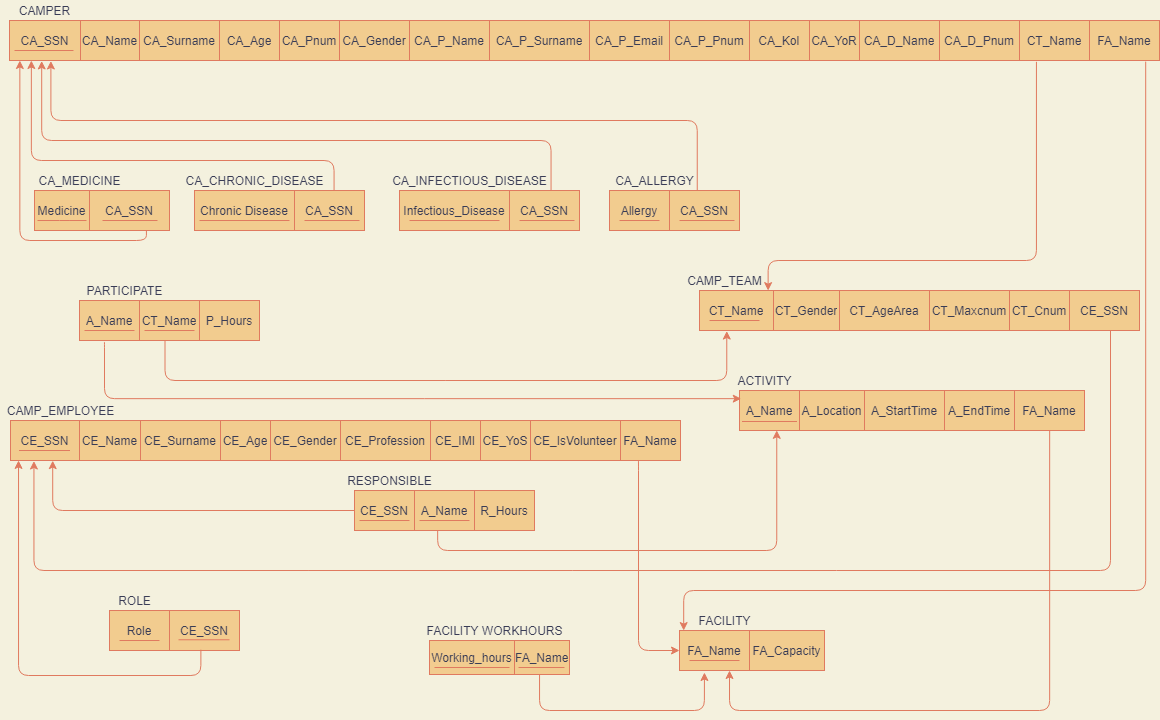
This is Documentation/Relational_Data_Model.png from Sta8is/hacker-camp, a draw.io export, as it was before one commit. Source tidied: cells renumbered, new cells last; positions are measured from the earlier drawing's top-left corner, leaving out a move shared by most shapes.
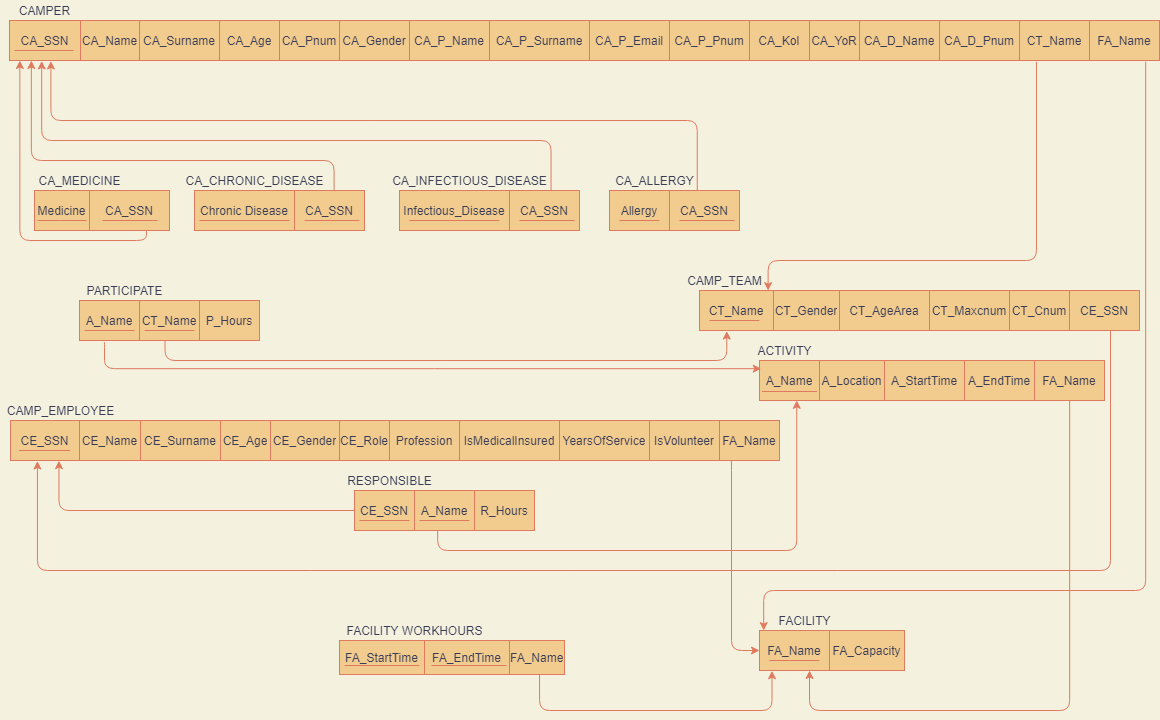
The same file after the commit.

What changed in the source:
```diff
@@ -36,7 +36,7 @@
       </mxGeometry>
     </mxCell>
     <mxCell id="12" style="shape=table;html=1;whiteSpace=wrap;startSize=0;fillColor=#F2CC8F;strokeColor=#E07A5F;fontColor=#393C56;" parent="1" vertex="1">
-      <mxGeometry x="679" y="630" width="145" height="40" as="geometry" />
+      <mxGeometry x="759" y="630" width="145" height="40" as="geometry" />
     </mxCell>
     <mxCell id="13" style="shape=partialRectangle;html=1;whiteSpace=wrap;fillColor=none;top=0;left=0;bottom=0;right=0;points=[[0,0.5],[1,0.5]];portConstraint=eastwest;strokeColor=#E07A5F;fontColor=#393C56;" parent="12" vertex="1">
       <mxGeometry width="145" height="40" as="geometry" />
@@ -48,34 +48,22 @@
       <mxGeometry x="70" width="75" height="40" as="geometry" />
     </mxCell>
     <mxCell id="16" value="FACILITY" style="text;html=1;align=center;verticalAlign=middle;fontColor=#393C56;" parent="1" vertex="1">
-      <mxGeometry x="689" y="610" width="70" height="20" as="geometry" />
+      <mxGeometry x="769" y="610" width="70" height="20" as="geometry" />
     </mxCell>
     <mxCell id="17" style="endArrow=none;html=1;labelBackgroundColor=#F4F1DE;strokeColor=#E07A5F;fontColor=#393C56;" parent="1" edge="1">
       <mxGeometry relative="1" as="geometry">
-        <mxPoint x="689" y="660" as="sourcePoint" />
-        <mxPoint x="739" y="660" as="targetPoint" />
+        <mxPoint x="769" y="660" as="sourcePoint" />
+        <mxPoint x="819" y="660" as="targetPoint" />
       </mxGeometry>
     </mxCell>
-    <mxCell id="18" style="shape=table;html=1;whiteSpace=wrap;startSize=0;fillColor=#F2CC8F;strokeColor=#E07A5F;fontColor=#393C56;" parent="1" vertex="1">
-      <mxGeometry x="429" y="640" width="140" height="34" as="geometry" />
-    </mxCell>
-    <mxCell id="19" style="shape=partialRectangle;html=1;whiteSpace=wrap;fillColor=none;top=0;left=0;bottom=0;right=0;points=[[0,0.5],[1,0.5]];portConstraint=eastwest;strokeColor=#E07A5F;fontColor=#393C56;" parent="18" vertex="1">
-      <mxGeometry width="140" height="34" as="geometry" />
-    </mxCell>
-    <mxCell id="20" value="Working_hours" style="shape=partialRectangle;html=1;whiteSpace=wrap;overflow=hidden;fillColor=none;top=0;left=0;bottom=0;right=0;strokeColor=#E07A5F;fontColor=#393C56;" parent="19" vertex="1">
-      <mxGeometry width="85" height="34" as="geometry" />
-    </mxCell>
-    <mxCell id="21" value="FA_Name" style="shape=partialRectangle;html=1;whiteSpace=wrap;overflow=hidden;fillColor=none;top=0;left=0;bottom=0;right=0;strokeColor=#E07A5F;fontColor=#393C56;" parent="19" vertex="1">
-      <mxGeometry x="85" width="55" height="34" as="geometry" />
-    </mxCell>
     <mxCell id="22" value="FACILITY WORKHOURS" style="text;html=1;align=center;verticalAlign=middle;fontColor=#393C56;" parent="1" vertex="1">
-      <mxGeometry x="419" y="620" width="150" height="20" as="geometry" />
+      <mxGeometry x="339" y="620" width="150" height="20" as="geometry" />
     </mxCell>
-    <mxCell id="23" style="endArrow=classic;html=1;entryX=0.172;entryY=1.05;entryDx=0;entryDy=0;entryPerimeter=0;edgeStyle=orthogonalEdgeStyle;labelBackgroundColor=#F4F1DE;strokeColor=#E07A5F;fontColor=#393C56;" parent="1" edge="1" source="19" target="13">
+    <mxCell id="23" style="endArrow=classic;html=1;edgeStyle=orthogonalEdgeStyle;labelBackgroundColor=#F4F1DE;strokeColor=#E07A5F;fontColor=#393C56;entryX=0.086;entryY=1.007;entryDx=0;entryDy=0;entryPerimeter=0;" parent="1" edge="1" source="19" target="13">
       <mxGeometry relative="1" as="geometry">
         <Array as="points">
           <mxPoint x="539" y="710" />
-          <mxPoint x="704" y="710" />
+          <mxPoint x="771" y="710" />
         </Array>
       </mxGeometry>
     </mxCell>
@@ -143,10 +131,10 @@
       </mxGeometry>
     </mxCell>
     <mxCell id="44" style="shape=table;html=1;whiteSpace=wrap;startSize=0;fillColor=#F2CC8F;strokeColor=#E07A5F;fontColor=#393C56;" parent="1" vertex="1">
-      <mxGeometry x="10" y="420" width="670" height="40" as="geometry" />
+      <mxGeometry x="10" y="420" width="769" height="40" as="geometry" />
     </mxCell>
     <mxCell id="45" style="shape=partialRectangle;html=1;whiteSpace=wrap;fillColor=none;top=0;left=0;bottom=0;right=0;points=[[0,0.5],[1,0.5]];portConstraint=eastwest;strokeColor=#E07A5F;fontColor=#393C56;" parent="44" vertex="1">
-      <mxGeometry width="670" height="40" as="geometry" />
+      <mxGeometry width="769" height="40" as="geometry" />
     </mxCell>
     <mxCell id="46" value="CE_SSN" style="shape=partialRectangle;html=1;whiteSpace=wrap;overflow=hidden;fillColor=none;top=0;left=0;bottom=0;right=0;strokeColor=#E07A5F;fontColor=#393C56;" parent="45" vertex="1">
       <mxGeometry width="69" height="40" as="geometry" />
@@ -161,22 +149,25 @@
       <mxGeometry x="210" width="50" height="40" as="geometry" />
     </mxCell>
     <mxCell id="50" value="CE_Gender" style="shape=partialRectangle;html=1;whiteSpace=wrap;overflow=hidden;fillColor=none;top=0;left=0;bottom=0;right=0;strokeColor=#E07A5F;fontColor=#393C56;" parent="45" vertex="1">
-      <mxGeometry x="260" width="70" height="40" as="geometry" />
+      <mxGeometry x="260" width="69" height="40" as="geometry" />
     </mxCell>
+    <mxCell id="134" value="CE_Role" style="shape=partialRectangle;html=1;whiteSpace=wrap;overflow=hidden;fillColor=none;top=0;left=0;bottom=0;right=0;strokeColor=#E07A5F;fontColor=#393C56;" parent="45" vertex="1">
+      <mxGeometry x="329" width="50" height="40" as="geometry" />
+    </mxCell>
-    <mxCell id="51" value="&lt;span style=&quot;font-family: &amp;#34;helvetica&amp;#34;&quot;&gt;CE_Profession&lt;/span&gt;" style="shape=partialRectangle;html=1;whiteSpace=wrap;overflow=hidden;fillColor=none;top=0;left=0;bottom=0;right=0;strokeColor=#E07A5F;fontColor=#393C56;" parent="45" vertex="1">
-      <mxGeometry x="330" width="90" height="40" as="geometry" />
+    <mxCell id="51" value="&lt;span style=&quot;font-family: &amp;#34;helvetica&amp;#34;&quot;&gt;Profession&lt;/span&gt;" style="shape=partialRectangle;html=1;whiteSpace=wrap;overflow=hidden;fillColor=none;top=0;left=0;bottom=0;right=0;strokeColor=#E07A5F;fontColor=#393C56;" parent="45" vertex="1">
+      <mxGeometry x="379" width="70" height="40" as="geometry" />
     </mxCell>
-    <mxCell id="52" value="&lt;span&gt;CE_IMI&lt;/span&gt;" style="shape=partialRectangle;html=1;whiteSpace=wrap;overflow=hidden;fillColor=none;top=0;left=0;bottom=0;right=0;strokeColor=#E07A5F;fontColor=#393C56;" parent="45" vertex="1">
-      <mxGeometry x="420" width="50" height="40" as="geometry" />
+    <mxCell id="52" value="&lt;span&gt;IsMedicalInsured&lt;/span&gt;" style="shape=partialRectangle;html=1;whiteSpace=wrap;overflow=hidden;fillColor=none;top=0;left=0;bottom=0;right=0;strokeColor=#E07A5F;fontColor=#393C56;" parent="45" vertex="1">
+      <mxGeometry x="449" width="100" height="40" as="geometry" />
     </mxCell>
-    <mxCell id="53" value="CE_YoS" style="shape=partialRectangle;html=1;whiteSpace=wrap;overflow=hidden;fillColor=none;top=0;left=0;bottom=0;right=0;strokeColor=#E07A5F;fontColor=#393C56;" parent="45" vertex="1">
-      <mxGeometry x="470" width="50" height="40" as="geometry" />
+    <mxCell id="53" value="YearsOfService" style="shape=partialRectangle;html=1;whiteSpace=wrap;overflow=hidden;fillColor=none;top=0;left=0;bottom=0;right=0;strokeColor=#E07A5F;fontColor=#393C56;" parent="45" vertex="1">
+      <mxGeometry x="549" width="90" height="40" as="geometry" />
     </mxCell>
-    <mxCell id="54" value="CE_IsVolunteer" style="shape=partialRectangle;html=1;whiteSpace=wrap;overflow=hidden;fillColor=none;top=0;left=0;bottom=0;right=0;strokeColor=#E07A5F;fontColor=#393C56;" parent="45" vertex="1">
-      <mxGeometry x="520" width="90" height="40" as="geometry" />
+    <mxCell id="54" value="IsVolunteer" style="shape=partialRectangle;html=1;whiteSpace=wrap;overflow=hidden;fillColor=none;top=0;left=0;bottom=0;right=0;strokeColor=#E07A5F;fontColor=#393C56;" parent="45" vertex="1">
+      <mxGeometry x="639" width="70" height="40" as="geometry" />
     </mxCell>
     <mxCell id="55" value="FA_Name" style="shape=partialRectangle;html=1;whiteSpace=wrap;overflow=hidden;fillColor=none;top=0;left=0;bottom=0;right=0;strokeColor=#E07A5F;fontColor=#393C56;" parent="45" vertex="1">
-      <mxGeometry x="610" width="60" height="40" as="geometry" />
+      <mxGeometry x="709" width="60" height="40" as="geometry" />
     </mxCell>
     <mxCell id="56" value="CAMP_EMPLOYEE" style="text;html=1;align=center;verticalAlign=middle;fontColor=#393C56;" parent="1" vertex="1">
       <mxGeometry y="400" width="120" height="20" as="geometry" />
@@ -339,7 +330,7 @@
       </mxGeometry>
     </mxCell>
     <mxCell id="90" style="shape=table;html=1;whiteSpace=wrap;startSize=0;fillColor=#F2CC8F;strokeColor=#E07A5F;fontColor=#393C56;" parent="1" vertex="1">
-      <mxGeometry x="739" y="390" width="345" height="40" as="geometry" />
+      <mxGeometry x="759" y="360" width="345" height="40" as="geometry" />
     </mxCell>
     <mxCell id="91" style="shape=partialRectangle;html=1;whiteSpace=wrap;fillColor=none;top=0;left=0;bottom=0;right=0;points=[[0,0.5],[1,0.5]];portConstraint=eastwest;strokeColor=#E07A5F;fontColor=#393C56;" parent="90" vertex="1">
       <mxGeometry width="345" height="40" as="geometry" />
@@ -360,26 +351,14 @@
       <mxGeometry x="275" width="70" height="40" as="geometry" />
     </mxCell>
     <mxCell id="97" value="ACTIVITY" style="text;html=1;align=center;verticalAlign=middle;fontColor=#393C56;" parent="1" vertex="1">
-      <mxGeometry x="729" y="370" width="70" height="20" as="geometry" />
+      <mxGeometry x="749" y="340" width="70" height="20" as="geometry" />
     </mxCell>
     <mxCell id="98" style="endArrow=none;html=1;labelBackgroundColor=#F4F1DE;strokeColor=#E07A5F;fontColor=#393C56;" parent="1" edge="1">
       <mxGeometry relative="1" as="geometry">
-        <mxPoint x="741.5" y="421" as="sourcePoint" />
-        <mxPoint x="796.5" y="421" as="targetPoint" />
+        <mxPoint x="761.5" y="391" as="sourcePoint" />
+        <mxPoint x="816.5" y="391" as="targetPoint" />
       </mxGeometry>
     </mxCell>
-    <mxCell id="99" style="endArrow=none;html=1;labelBackgroundColor=#F4F1DE;strokeColor=#E07A5F;fontColor=#393C56;" parent="1" edge="1">
-      <mxGeometry relative="1" as="geometry">
-        <mxPoint x="434" y="667" as="sourcePoint" />
-        <mxPoint x="509" y="667" as="targetPoint" />
-      </mxGeometry>
-    </mxCell>
-    <mxCell id="100" style="endArrow=none;html=1;labelBackgroundColor=#F4F1DE;strokeColor=#E07A5F;fontColor=#393C56;" parent="1" edge="1">
-      <mxGeometry relative="1" as="geometry">
-        <mxPoint x="518" y="667" as="sourcePoint" />
-        <mxPoint x="564" y="667" as="targetPoint" />
-      </mxGeometry>
-    </mxCell>
     <mxCell id="101" style="endArrow=classic;html=1;edgeStyle=elbowEdgeStyle;elbow=vertical;exitX=0.988;exitY=1.028;exitDx=0;exitDy=0;exitPerimeter=0;labelBackgroundColor=#F4F1DE;strokeColor=#E07A5F;fontColor=#393C56;entryX=0.029;entryY=0.002;entryDx=0;entryDy=0;entryPerimeter=0;" parent="1" edge="1" source="25" target="13">
       <mxGeometry relative="1" as="geometry">
         <Array as="points">
@@ -401,48 +380,15 @@
         </Array>
       </mxGeometry>
     </mxCell>
-    <mxCell id="103" style="endArrow=classic;html=1;exitX=0.937;exitY=0.999;exitDx=0;exitDy=0;exitPerimeter=0;edgeStyle=elbowEdgeStyle;entryX=0;entryY=0.5;entryDx=0;entryDy=0;labelBackgroundColor=#F4F1DE;strokeColor=#E07A5F;fontColor=#393C56;" parent="1" edge="1" source="45" target="13">
+    <mxCell id="103" style="endArrow=classic;html=1;exitX=0.937;exitY=1;exitDx=0;exitDy=0;exitPerimeter=0;edgeStyle=elbowEdgeStyle;entryX=0;entryY=0.5;entryDx=0;entryDy=0;labelBackgroundColor=#F4F1DE;strokeColor=#E07A5F;fontColor=#393C56;" parent="1" edge="1" source="45" target="13">
       <mxGeometry relative="1" as="geometry">
         <Array as="points">
+          <mxPoint x="731" y="560" />
           <mxPoint x="638" y="500" />
           <mxPoint x="657" y="515" />
         </Array>
       </mxGeometry>
     </mxCell>
-    <mxCell id="104" style="shape=table;html=1;whiteSpace=wrap;startSize=0;fillColor=#F2CC8F;strokeColor=#E07A5F;fontColor=#393C56;" parent="1" vertex="1">
-      <mxGeometry x="109" y="610" width="130" height="40" as="geometry" />
-    </mxCell>
-    <mxCell id="105" style="shape=partialRectangle;html=1;whiteSpace=wrap;fillColor=none;top=0;left=0;bottom=0;right=0;points=[[0,0.5],[1,0.5]];portConstraint=eastwest;strokeColor=#E07A5F;fontColor=#393C56;" parent="104" vertex="1">
-      <mxGeometry width="130" height="40" as="geometry" />
-    </mxCell>
-    <mxCell id="106" value="Role" style="shape=partialRectangle;html=1;whiteSpace=wrap;overflow=hidden;fillColor=none;top=0;left=0;bottom=0;right=0;strokeColor=#E07A5F;fontColor=#393C56;" parent="105" vertex="1">
-      <mxGeometry width="60" height="40" as="geometry" />
-    </mxCell>
-    <mxCell id="107" value="CE_SSN" style="shape=partialRectangle;html=1;whiteSpace=wrap;overflow=hidden;fillColor=none;top=0;left=0;bottom=0;right=0;strokeColor=#E07A5F;fontColor=#393C56;" parent="105" vertex="1">
-      <mxGeometry x="60" width="70" height="40" as="geometry" />
-    </mxCell>
-    <mxCell id="108" value="ROLE" style="text;html=1;align=center;verticalAlign=middle;fontColor=#393C56;" parent="1" vertex="1">
-      <mxGeometry x="109" y="590" width="50" height="20" as="geometry" />
-    </mxCell>
-    <mxCell id="109" style="endArrow=none;html=1;labelBackgroundColor=#F4F1DE;strokeColor=#E07A5F;fontColor=#393C56;" parent="1" edge="1">
-      <mxGeometry relative="1" as="geometry">
-        <mxPoint x="178" y="639.3" as="sourcePoint" />
-        <mxPoint x="229" y="639.3" as="targetPoint" />
-      </mxGeometry>
-    </mxCell>
-    <mxCell id="110" style="endArrow=classic;html=1;edgeStyle=elbowEdgeStyle;elbow=vertical;exitX=0.703;exitY=0.98;exitDx=0;exitDy=0;exitPerimeter=0;entryX=0.012;entryY=0.998;entryDx=0;entryDy=0;entryPerimeter=0;labelBackgroundColor=#F4F1DE;strokeColor=#E07A5F;fontColor=#393C56;" parent="1" edge="1" source="105" target="45">
-      <mxGeometry relative="1" as="geometry">
-        <Array as="points">
-          <mxPoint x="30" y="675" />
-          <mxPoint x="99" y="665" />
-          <mxPoint x="9" y="385" />
-          <mxPoint x="179" y="375" />
-          <mxPoint x="9" y="415" />
-          <mxPoint x="129" y="365" />
-          <mxPoint x="9" y="385" />
-        </Array>
-      </mxGeometry>
-    </mxCell>
     <mxCell id="111" style="shape=table;html=1;whiteSpace=wrap;startSize=0;fillColor=#F2CC8F;strokeColor=#E07A5F;fontColor=#393C56;" parent="1" vertex="1">
       <mxGeometry x="79" y="300" width="180" height="40" as="geometry" />
     </mxCell>
@@ -476,6 +422,7 @@
     <mxCell id="119" style="endArrow=classic;html=1;edgeStyle=elbowEdgeStyle;elbow=vertical;exitX=0.475;exitY=0.993;exitDx=0;exitDy=0;exitPerimeter=0;entryX=0.062;entryY=1.014;entryDx=0;entryDy=0;entryPerimeter=0;labelBackgroundColor=#F4F1DE;strokeColor=#E07A5F;fontColor=#393C56;" parent="1" edge="1" source="112" target="3">
       <mxGeometry relative="1" as="geometry">
         <Array as="points">
+          <mxPoint x="549" y="360" />
           <mxPoint x="679" y="380" />
           <mxPoint x="449" y="380" />
           <mxPoint x="439" y="370" />
@@ -535,12 +482,6 @@
         </Array>
       </mxGeometry>
     </mxCell>
-    <mxCell id="131" style="endArrow=none;html=1;labelBackgroundColor=#F4F1DE;strokeColor=#E07A5F;fontColor=#393C56;" parent="1" edge="1">
-      <mxGeometry relative="1" as="geometry">
-        <mxPoint x="119" y="640" as="sourcePoint" />
-        <mxPoint x="159" y="640" as="targetPoint" />
-      </mxGeometry>
-    </mxCell>
     <mxCell id="132" style="endArrow=classic;html=1;edgeStyle=elbowEdgeStyle;elbow=vertical;exitX=0.899;exitY=1;exitDx=0;exitDy=0;exitPerimeter=0;entryX=0.345;entryY=1;entryDx=0;entryDy=0;entryPerimeter=0;labelBackgroundColor=#F4F1DE;strokeColor=#E07A5F;fontColor=#393C56;" parent="1" edge="1" source="91" target="13">
       <mxGeometry relative="1" as="geometry">
         <Array as="points">
@@ -559,5 +500,32 @@
         </Array>
       </mxGeometry>
     </mxCell>
+    <mxCell id="18" style="shape=table;html=1;whiteSpace=wrap;startSize=0;fillColor=#F2CC8F;strokeColor=#E07A5F;fontColor=#393C56;" parent="1" vertex="1">
+      <mxGeometry x="339" y="640" width="225" height="34" as="geometry" />
+    </mxCell>
+    <mxCell id="19" style="shape=partialRectangle;html=1;whiteSpace=wrap;fillColor=none;top=0;left=0;bottom=0;right=0;points=[[0,0.5],[1,0.5]];portConstraint=eastwest;strokeColor=#E07A5F;fontColor=#393C56;" parent="18" vertex="1">
+      <mxGeometry width="225" height="34" as="geometry" />
+    </mxCell>
+    <mxCell id="135" value="&lt;span&gt;FA_StartTime&lt;/span&gt;" style="shape=partialRectangle;html=1;whiteSpace=wrap;overflow=hidden;fillColor=none;top=0;left=0;bottom=0;right=0;strokeColor=#E07A5F;fontColor=#393C56;" parent="19" vertex="1">
+      <mxGeometry width="85" height="34" as="geometry" />
+    </mxCell>
+    <mxCell id="20" value="FA_EndTime" style="shape=partialRectangle;html=1;whiteSpace=wrap;overflow=hidden;fillColor=none;top=0;left=0;bottom=0;right=0;strokeColor=#E07A5F;fontColor=#393C56;" parent="19" vertex="1">
+      <mxGeometry x="85" width="85" height="34" as="geometry" />
+    </mxCell>
+    <mxCell id="21" value="FA_Name" style="shape=partialRectangle;html=1;whiteSpace=wrap;overflow=hidden;fillColor=none;top=0;left=0;bottom=0;right=0;strokeColor=#E07A5F;fontColor=#393C56;" parent="19" vertex="1">
+      <mxGeometry x="170" width="55" height="34" as="geometry" />
+    </mxCell>
+    <mxCell id="136" style="endArrow=none;html=1;fillColor=#ffe6cc;strokeColor=#E07A5F;" parent="1" edge="1">
+      <mxGeometry relative="1" as="geometry">
+        <mxPoint x="344" y="665" as="sourcePoint" />
+        <mxPoint x="419" y="665" as="targetPoint" />
+      </mxGeometry>
+    </mxCell>
+    <mxCell id="137" style="endArrow=none;html=1;fillColor=#ffe6cc;strokeColor=#E07A5F;" parent="1" edge="1">
+      <mxGeometry relative="1" as="geometry">
+        <mxPoint x="431" y="665" as="sourcePoint" />
+        <mxPoint x="506" y="665" as="targetPoint" />
+      </mxGeometry>
+    </mxCell>
   </root>
 </mxGraphModel>
```
